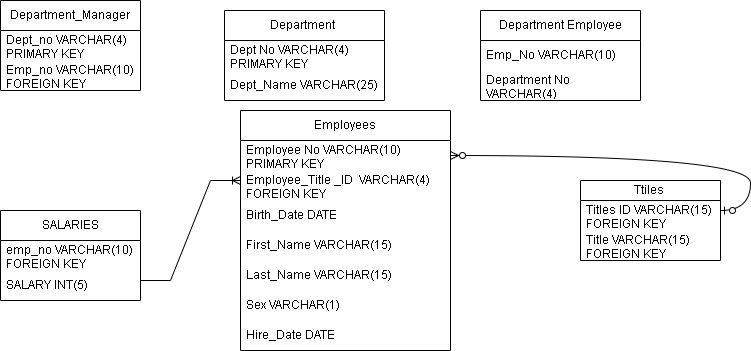
This is Untitled Diagram.drawio.png from gv-priya/SQL-challenge, a draw.io export, as it was before one commit. Source tidied: cells renumbered, new cells last; positions are measured from the earlier drawing's top-left corner, leaving out a move shared by most shapes.
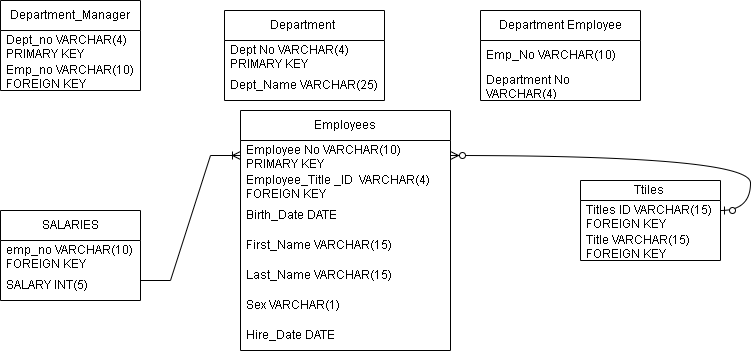
Above is the later version.

What changed in the source:
```diff
@@ -71,12 +71,13 @@
     <mxCell id="24" value="SALARY INT(5)" style="text;strokeColor=none;fillColor=none;align=left;verticalAlign=middle;spacingLeft=4;spacingRight=4;overflow=hidden;whiteSpace=wrap;html=1;" parent="22" vertex="1">
       <mxGeometry y="60" width="140" height="30" as="geometry" />
     </mxCell>
-    <mxCell id="25" style="edgeStyle=entityRelationEdgeStyle;fontSize=12;html=1;endArrow=ERoneToMany;rounded=0;" parent="1" edge="1">
+    <mxCell id="25" style="edgeStyle=entityRelationEdgeStyle;fontSize=12;html=1;endArrow=ERoneToMany;rounded=0;entryX=0;entryY=0.5;entryDx=0;entryDy=0;" parent="1" edge="1" target="12">
       <mxGeometry relative="1" as="geometry">
         <mxPoint x="140" y="280" as="sourcePoint" />
-        <mxPoint x="240" y="180" as="targetPoint" />
         <Array as="points">
           <mxPoint x="460" y="280" />
+          <mxPoint x="230" y="150" />
+          <mxPoint x="220" y="150" />
         </Array>
       </mxGeometry>
     </mxCell>
```
